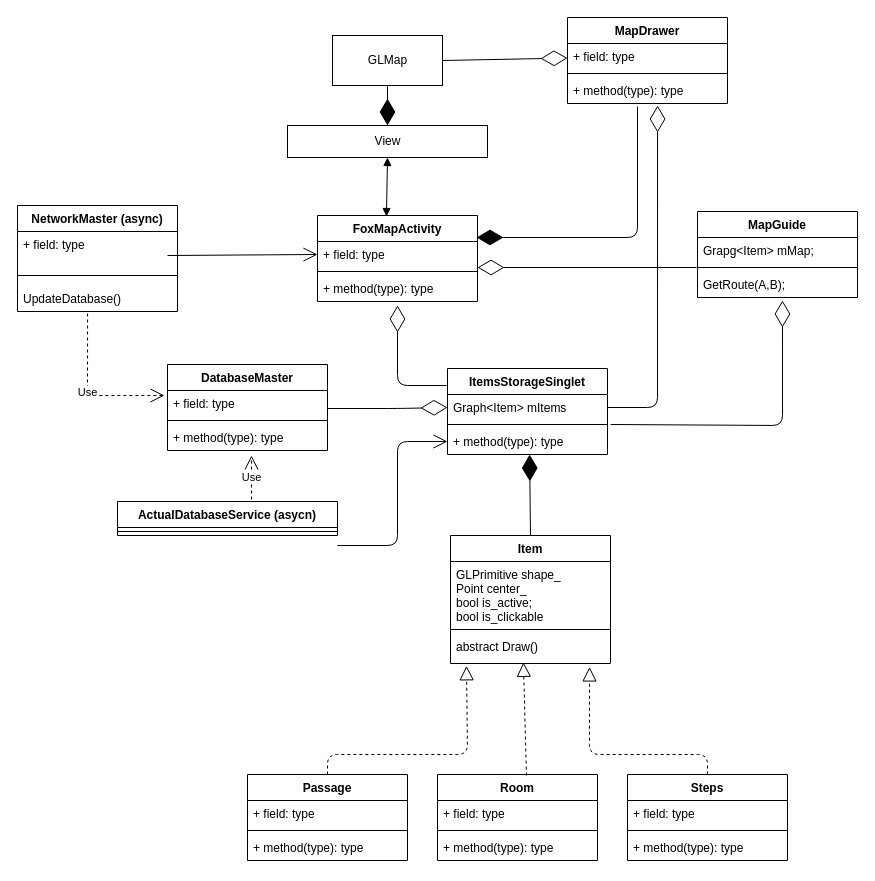
Above: Android App/Untitled Diagram.drawio in tamerlanchik/FoxCode (draw.io), before the change. Source tidied: cells renumbered, new cells numbered last; positions are measured from the earlier drawing's top-left corner, leaving out a move shared by most shapes. Both pictures are drawn from the tidied source at 100%, with x=0, y=0 at pixel (17, 17).
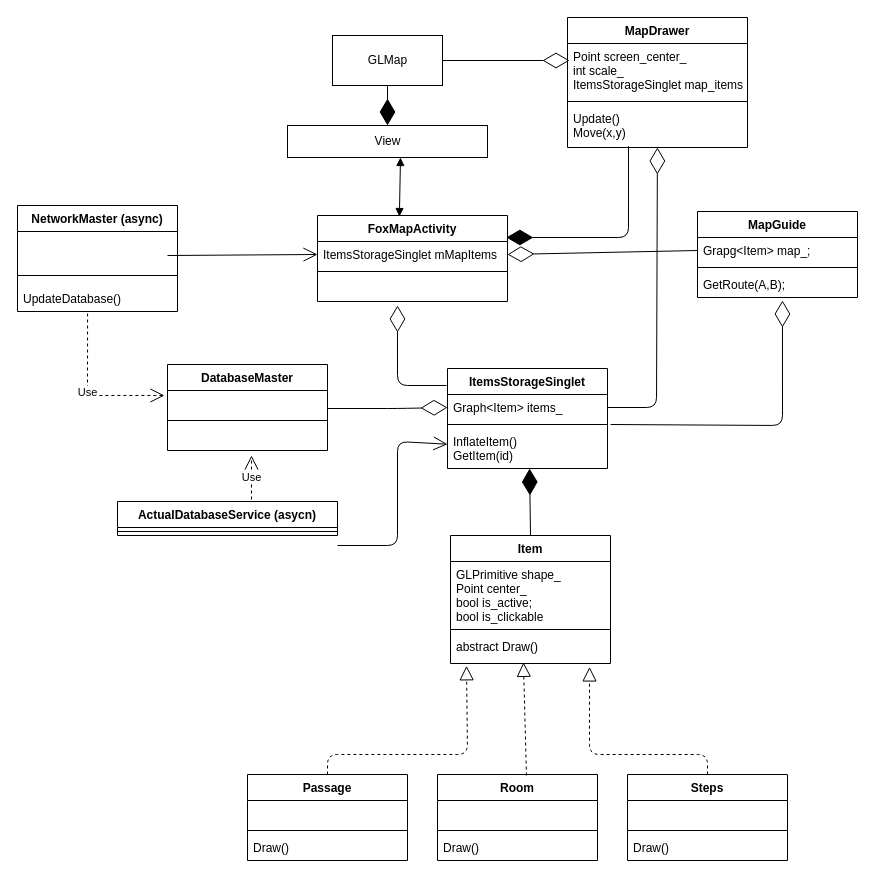
After the change.

The change refers to these unchanged cells:
```xml
<mxCell id="20" value="Passage" style="swimlane;fontStyle=1;align=center;verticalAlign=top;horizontal=1;startSize=26;" parent="1" vertex="1">
  <mxGeometry x="230" y="757" width="160" height="86" as="geometry" />
</mxCell>
<mxCell id="24" value="Room" style="swimlane;fontStyle=1;align=center;verticalAlign=top;horizontal=1;startSize=26;" parent="1" vertex="1">
  <mxGeometry x="420" y="757" width="160" height="86" as="geometry" />
</mxCell>
<mxCell id="28" value="Steps&#10;&#10;" style="swimlane;fontStyle=1;align=center;verticalAlign=top;horizontal=1;startSize=26;" parent="1" vertex="1">
  <mxGeometry x="610" y="757" width="160" height="86" as="geometry" />
</mxCell>
<mxCell id="38" value="View&lt;br&gt;" style="html=1;" parent="1" vertex="1">
  <mxGeometry x="270" y="108" width="200" height="32" as="geometry" />
</mxCell>
<mxCell id="41" value="NetworkMaster (async)&#10;" style="swimlane;fontStyle=1;align=center;verticalAlign=top;horizontal=1;startSize=26;" parent="1" vertex="1">
  <mxGeometry y="188" width="160" height="106" as="geometry" />
</mxCell>
<mxCell id="46" value="DatabaseMaster" style="swimlane;fontStyle=1;align=center;verticalAlign=top;horizontal=1;startSize=26;" parent="1" vertex="1">
  <mxGeometry x="150" y="347" width="160" height="86" as="geometry" />
</mxCell>
<mxCell id="54" value="GLMap" style="html=1;" parent="1" vertex="1">
  <mxGeometry x="315" y="18" width="110" height="50" as="geometry" />
</mxCell>
<mxCell id="57" value="MapGuide" style="swimlane;fontStyle=1;align=center;verticalAlign=top;horizontal=1;startSize=26;" parent="1" vertex="1">
  <mxGeometry x="680" y="194" width="160" height="86" as="geometry" />
</mxCell>
```

Change to the diagram source:
```diff
@@
     <mxCell id="2" value="FoxMapActivity" style="swimlane;fontStyle=1;align=center;verticalAlign=top;horizontal=1;startSize=26;" parent="1" vertex="1">
-      <mxGeometry x="300" y="198" width="160" height="86" as="geometry" />
+      <mxGeometry x="300" y="198" width="190" height="86" as="geometry" />
     </mxCell>
-    <mxCell id="3" value="+ field: type" style="text;strokeColor=none;fillColor=none;align=left;verticalAlign=top;spacingLeft=4;spacingRight=4;overflow=hidden;points=[[0,0.5],[1,0.5]];portConstraint=eastwest;" parent="2" vertex="1">
-      <mxGeometry y="26" width="160" height="26" as="geometry" />
+    <mxCell id="3" value="ItemsStorageSinglet mMapItems" style="text;strokeColor=none;fillColor=none;align=left;verticalAlign=top;spacingLeft=4;spacingRight=4;overflow=hidden;points=[[0,0.5],[1,0.5]];portConstraint=eastwest;" parent="2" vertex="1">
+      <mxGeometry y="26" width="190" height="26" as="geometry" />
     </mxCell>
     <mxCell id="4" style="line;strokeWidth=1;fillColor=none;align=left;verticalAlign=middle;spacingTop=-1;spacingLeft=3;spacingRight=3;labelPosition=right;" parent="2" vertex="1">
-      <mxGeometry y="52" width="160" height="8" as="geometry" />
+      <mxGeometry y="52" width="190" height="8" as="geometry" />
     </mxCell>
-    <mxCell id="5" value="+ method(type): type" style="text;strokeColor=none;fillColor=none;align=left;verticalAlign=top;spacingLeft=4;spacingRight=4;overflow=hidden;points=[[0,0.5],[1,0.5]];portConstraint=eastwest;" parent="2" vertex="1">
-      <mxGeometry y="60" width="160" height="26" as="geometry" />
+    <mxCell id="5" value="  &#10;" style="text;strokeColor=none;fillColor=none;align=left;verticalAlign=top;spacingLeft=4;spacingRight=4;overflow=hidden;points=[[0,0.5],[1,0.5]];portConstraint=eastwest;" parent="2" vertex="1">
+      <mxGeometry y="60" width="190" height="26" as="geometry" />
     </mxCell>
     <mxCell id="6" value="MapDrawer" style="swimlane;fontStyle=1;align=center;verticalAlign=top;horizontal=1;startSize=26;" parent="1" vertex="1">
-      <mxGeometry x="550" width="160" height="86" as="geometry" />
+      <mxGeometry x="550" width="180" height="130" as="geometry" />
     </mxCell>
-    <mxCell id="7" value="+ field: type" style="text;strokeColor=none;fillColor=none;align=left;verticalAlign=top;spacingLeft=4;spacingRight=4;overflow=hidden;points=[[0,0.5],[1,0.5]];portConstraint=eastwest;" parent="6" vertex="1">
-      <mxGeometry y="26" width="160" height="26" as="geometry" />
+    <mxCell id="7" value="Point screen_center_&#10;int scale_&#10;ItemsStorageSinglet map_items&#10;" style="text;strokeColor=none;fillColor=none;align=left;verticalAlign=top;spacingLeft=4;spacingRight=4;overflow=hidden;points=[[0,0.5],[1,0.5]];portConstraint=eastwest;" parent="6" vertex="1">
+      <mxGeometry y="26" width="180" height="54" as="geometry" />
     </mxCell>
     <mxCell id="8" style="line;strokeWidth=1;fillColor=none;align=left;verticalAlign=middle;spacingTop=-1;spacingLeft=3;spacingRight=3;labelPosition=right;" parent="6" vertex="1">
-      <mxGeometry y="52" width="160" height="8" as="geometry" />
+      <mxGeometry y="80" width="180" height="8" as="geometry" />
     </mxCell>
-    <mxCell id="9" value="+ method(type): type" style="text;strokeColor=none;fillColor=none;align=left;verticalAlign=top;spacingLeft=4;spacingRight=4;overflow=hidden;points=[[0,0.5],[1,0.5]];portConstraint=eastwest;" parent="6" vertex="1">
-      <mxGeometry y="60" width="160" height="26" as="geometry" />
+    <mxCell id="9" value="Update()&#10;Move(x,y)&#10;" style="text;strokeColor=none;fillColor=none;align=left;verticalAlign=top;spacingLeft=4;spacingRight=4;overflow=hidden;points=[[0,0.5],[1,0.5]];portConstraint=eastwest;" parent="6" vertex="1">
+      <mxGeometry y="88" width="180" height="42" as="geometry" />
     </mxCell>
-    <mxCell id="10" style="endArrow=diamondThin;endFill=1;endSize=24;html=1;entryX=0.994;entryY=-0.154;entryDx=0;entryDy=0;entryPerimeter=0;" parent="1" edge="1" target="3">
+    <mxCell id="10" style="endArrow=diamondThin;endFill=1;endSize=24;html=1;entryX=0.994;entryY=-0.154;entryDx=0;entryDy=0;entryPerimeter=0;exitX=0.339;exitY=0.969;exitDx=0;exitDy=0;exitPerimeter=0;" parent="1" edge="1" source="9" target="3">
       <mxGeometry relative="1" as="geometry">
-        <mxPoint x="620" y="89" as="sourcePoint" />
         <Array as="points">
-          <mxPoint x="620" y="220" />
+          <mxPoint x="611" y="220" />
         </Array>
       </mxGeometry>
     </mxCell>
     <mxCell id="11" value="ItemsStorageSinglet&#10;&#10;" style="swimlane;fontStyle=1;align=center;verticalAlign=top;horizontal=1;startSize=26;" parent="1" vertex="1">
-      <mxGeometry x="430" y="351" width="160" height="86" as="geometry" />
+      <mxGeometry x="430" y="351" width="160" height="100" as="geometry" />
     </mxCell>
-    <mxCell id="12" value="Graph&lt;Item&gt; mItems&#10;&#10;" style="text;strokeColor=none;fillColor=none;align=left;verticalAlign=top;spacingLeft=4;spacingRight=4;overflow=hidden;points=[[0,0.5],[1,0.5]];portConstraint=eastwest;" parent="11" vertex="1">
+    <mxCell id="12" value="Graph&lt;Item&gt; items_&#10;&#10;" style="text;strokeColor=none;fillColor=none;align=left;verticalAlign=top;spacingLeft=4;spacingRight=4;overflow=hidden;points=[[0,0.5],[1,0.5]];portConstraint=eastwest;" parent="11" vertex="1">
       <mxGeometry y="26" width="160" height="26" as="geometry" />
     </mxCell>
@@
-    <mxCell id="14" value="+ method(type): type" style="text;strokeColor=none;fillColor=none;align=left;verticalAlign=top;spacingLeft=4;spacingRight=4;overflow=hidden;points=[[0,0.5],[1,0.5]];portConstraint=eastwest;" parent="11" vertex="1">
-      <mxGeometry y="60" width="160" height="26" as="geometry" />
+    <mxCell id="14" value="InflateItem()&#10;GetItem(id)&#10;" style="text;strokeColor=none;fillColor=none;align=left;verticalAlign=top;spacingLeft=4;spacingRight=4;overflow=hidden;points=[[0,0.5],[1,0.5]];portConstraint=eastwest;" parent="11" vertex="1">
+      <mxGeometry y="60" width="160" height="40" as="geometry" />
     </mxCell>
@@
-    <mxCell id="21" value="+ field: type" style="text;strokeColor=none;fillColor=none;align=left;verticalAlign=top;spacingLeft=4;spacingRight=4;overflow=hidden;" parent="20" vertex="1">
+    <mxCell id="21" value=" " style="text;strokeColor=none;fillColor=none;align=left;verticalAlign=top;spacingLeft=4;spacingRight=4;overflow=hidden;" parent="20" vertex="1">
       <mxGeometry y="26" width="160" height="26" as="geometry" />
     </mxCell>
@@
-    <mxCell id="23" value="+ method(type): type" style="text;strokeColor=none;fillColor=none;align=left;verticalAlign=top;spacingLeft=4;spacingRight=4;overflow=hidden;" parent="20" vertex="1">
+    <mxCell id="23" value="Draw()" style="text;strokeColor=none;fillColor=none;align=left;verticalAlign=top;spacingLeft=4;spacingRight=4;overflow=hidden;" parent="20" vertex="1">
       <mxGeometry y="60" width="160" height="26" as="geometry" />
     </mxCell>
@@
-    <mxCell id="25" value="+ field: type" style="text;strokeColor=none;fillColor=none;align=left;verticalAlign=top;spacingLeft=4;spacingRight=4;overflow=hidden;" parent="24" vertex="1">
+    <mxCell id="25" value=" " style="text;strokeColor=none;fillColor=none;align=left;verticalAlign=top;spacingLeft=4;spacingRight=4;overflow=hidden;" parent="24" vertex="1">
       <mxGeometry y="26" width="160" height="26" as="geometry" />
     </mxCell>
@@
-    <mxCell id="27" value="+ method(type): type" style="text;strokeColor=none;fillColor=none;align=left;verticalAlign=top;spacingLeft=4;spacingRight=4;overflow=hidden;" parent="24" vertex="1">
+    <mxCell id="27" value="Draw()" style="text;strokeColor=none;fillColor=none;align=left;verticalAlign=top;spacingLeft=4;spacingRight=4;overflow=hidden;" parent="24" vertex="1">
       <mxGeometry y="60" width="160" height="26" as="geometry" />
     </mxCell>
@@
-    <mxCell id="29" value="+ field: type" style="text;strokeColor=none;fillColor=none;align=left;verticalAlign=top;spacingLeft=4;spacingRight=4;overflow=hidden;" parent="28" vertex="1">
+    <mxCell id="29" value=" " style="text;strokeColor=none;fillColor=none;align=left;verticalAlign=top;spacingLeft=4;spacingRight=4;overflow=hidden;" parent="28" vertex="1">
       <mxGeometry y="26" width="160" height="26" as="geometry" />
     </mxCell>
@@
-    <mxCell id="31" value="+ method(type): type" style="text;strokeColor=none;fillColor=none;align=left;verticalAlign=top;spacingLeft=4;spacingRight=4;overflow=hidden;" parent="28" vertex="1">
+    <mxCell id="31" value="Draw()" style="text;strokeColor=none;fillColor=none;align=left;verticalAlign=top;spacingLeft=4;spacingRight=4;overflow=hidden;" parent="28" vertex="1">
       <mxGeometry y="60" width="160" height="26" as="geometry" />
     </mxCell>
@@
-    <mxCell id="35" style="endArrow=diamondThin;endFill=0;endSize=24;html=1;entryX=0.5;entryY=1.154;entryDx=0;entryDy=0;entryPerimeter=0;" parent="1" edge="1" target="5">
+    <mxCell id="35" style="endArrow=diamondThin;endFill=0;endSize=24;html=1;entryX=0.421;entryY=1.154;entryDx=0;entryDy=0;entryPerimeter=0;" parent="1" edge="1" target="5">
       <mxGeometry relative="1" as="geometry">
         <mxPoint x="429" y="368" as="sourcePoint" />
         <Array as="points">
           <mxPoint x="380" y="368" />
         </Array>
       </mxGeometry>
     </mxCell>
@@
-    <mxCell id="39" style="endArrow=block;startArrow=block;endFill=1;startFill=1;html=1;exitX=0.5;exitY=1;exitDx=0;exitDy=0;entryX=0.431;entryY=0.012;entryDx=0;entryDy=0;entryPerimeter=0;" parent="1" edge="1" source="38" target="2">
+    <mxCell id="39" style="endArrow=block;startArrow=block;endFill=1;startFill=1;html=1;exitX=0.565;exitY=1;exitDx=0;exitDy=0;entryX=0.431;entryY=0.012;entryDx=0;entryDy=0;entryPerimeter=0;exitPerimeter=0;" parent="1" edge="1" source="38" target="2">
       <mxGeometry relative="1" as="geometry" />
     </mxCell>
-    <mxCell id="40" style="endArrow=diamondThin;endFill=0;endSize=24;html=1;exitX=1;exitY=0.5;exitDx=0;exitDy=0;entryX=0.563;entryY=1.077;entryDx=0;entryDy=0;entryPerimeter=0;" parent="1" edge="1" source="12" target="9">
+    <mxCell id="40" style="endArrow=diamondThin;endFill=0;endSize=24;html=1;exitX=1;exitY=0.5;exitDx=0;exitDy=0;" parent="1" edge="1" source="12" target="9">
       <mxGeometry relative="1" as="geometry">
         <Array as="points">
-          <mxPoint x="640" y="390" />
+          <mxPoint x="639" y="390" />
         </Array>
       </mxGeometry>
     </mxCell>
@@
-    <mxCell id="42" value="+ field: type" style="text;strokeColor=none;fillColor=none;align=left;verticalAlign=top;spacingLeft=4;spacingRight=4;overflow=hidden;" parent="41" vertex="1">
+    <mxCell id="42" value=" " style="text;strokeColor=none;fillColor=none;align=left;verticalAlign=top;spacingLeft=4;spacingRight=4;overflow=hidden;" parent="41" vertex="1">
       <mxGeometry y="26" width="160" height="34" as="geometry" />
     </mxCell>
@@
-    <mxCell id="48" value="+ field: type" style="text;strokeColor=none;fillColor=none;align=left;verticalAlign=top;spacingLeft=4;spacingRight=4;overflow=hidden;points=[[0,0.5],[1,0.5]];portConstraint=eastwest;" parent="46" vertex="1">
+    <mxCell id="48" value=" " style="text;strokeColor=none;fillColor=none;align=left;verticalAlign=top;spacingLeft=4;spacingRight=4;overflow=hidden;points=[[0,0.5],[1,0.5]];portConstraint=eastwest;" parent="46" vertex="1">
       <mxGeometry y="26" width="160" height="26" as="geometry" />
     </mxCell>
@@
-    <mxCell id="50" value="+ method(type): type" style="text;strokeColor=none;fillColor=none;align=left;verticalAlign=top;spacingLeft=4;spacingRight=4;overflow=hidden;points=[[0,0.5],[1,0.5]];portConstraint=eastwest;" parent="46" vertex="1">
+    <mxCell id="50" value=" " style="text;strokeColor=none;fillColor=none;align=left;verticalAlign=top;spacingLeft=4;spacingRight=4;overflow=hidden;points=[[0,0.5],[1,0.5]];portConstraint=eastwest;" parent="46" vertex="1">
       <mxGeometry y="60" width="160" height="26" as="geometry" />
     </mxCell>
-    <mxCell id="51" style="endArrow=open;endFill=1;endSize=12;html=1;entryX=0;entryY=0.5;entryDx=0;entryDy=0;" parent="1" edge="1" target="14">
+    <mxCell id="51" style="endArrow=open;endFill=1;endSize=12;html=1;" parent="1" edge="1" target="14">
       <mxGeometry relative="1" as="geometry">
         <mxPoint x="320" y="528" as="sourcePoint" />
         <Array as="points">
           <mxPoint x="380" y="528" />
           <mxPoint x="380" y="424" />
         </Array>
       </mxGeometry>
     </mxCell>
@@
-    <mxCell id="56" style="endArrow=diamondThin;endFill=0;endSize=24;html=1;exitX=1;exitY=0.5;exitDx=0;exitDy=0;" parent="1" edge="1" source="54" target="7">
+    <mxCell id="56" style="endArrow=diamondThin;endFill=0;endSize=24;html=1;exitX=1;exitY=0.5;exitDx=0;exitDy=0;entryX=0.011;entryY=0.315;entryDx=0;entryDy=0;entryPerimeter=0;" parent="1" edge="1" source="54" target="7">
       <mxGeometry relative="1" as="geometry" />
     </mxCell>
@@
-    <mxCell id="58" value="Grapg&lt;Item&gt; mMap;" style="text;strokeColor=none;fillColor=none;align=left;verticalAlign=top;spacingLeft=4;spacingRight=4;overflow=hidden;points=[[0,0.5],[1,0.5]];portConstraint=eastwest;" parent="57" vertex="1">
+    <mxCell id="58" value="Grapg&lt;Item&gt; map_;" style="text;strokeColor=none;fillColor=none;align=left;verticalAlign=top;spacingLeft=4;spacingRight=4;overflow=hidden;points=[[0,0.5],[1,0.5]];portConstraint=eastwest;" parent="57" vertex="1">
       <mxGeometry y="26" width="160" height="26" as="geometry" />
     </mxCell>
@@
-    <mxCell id="61" style="endArrow=diamondThin;endFill=0;endSize=24;html=1;" parent="1" edge="1">
-      <mxGeometry relative="1" as="geometry">
-        <mxPoint x="679" y="250" as="sourcePoint" />
-        <mxPoint x="460" y="250" as="targetPoint" />
-      </mxGeometry>
+    <mxCell id="61" style="endArrow=diamondThin;endFill=0;endSize=24;html=1;entryX=1;entryY=0.5;entryDx=0;entryDy=0;exitX=0;exitY=0.5;exitDx=0;exitDy=0;" parent="1" edge="1" source="58" target="3">
+      <mxGeometry relative="1" as="geometry" />
     </mxCell>
```
